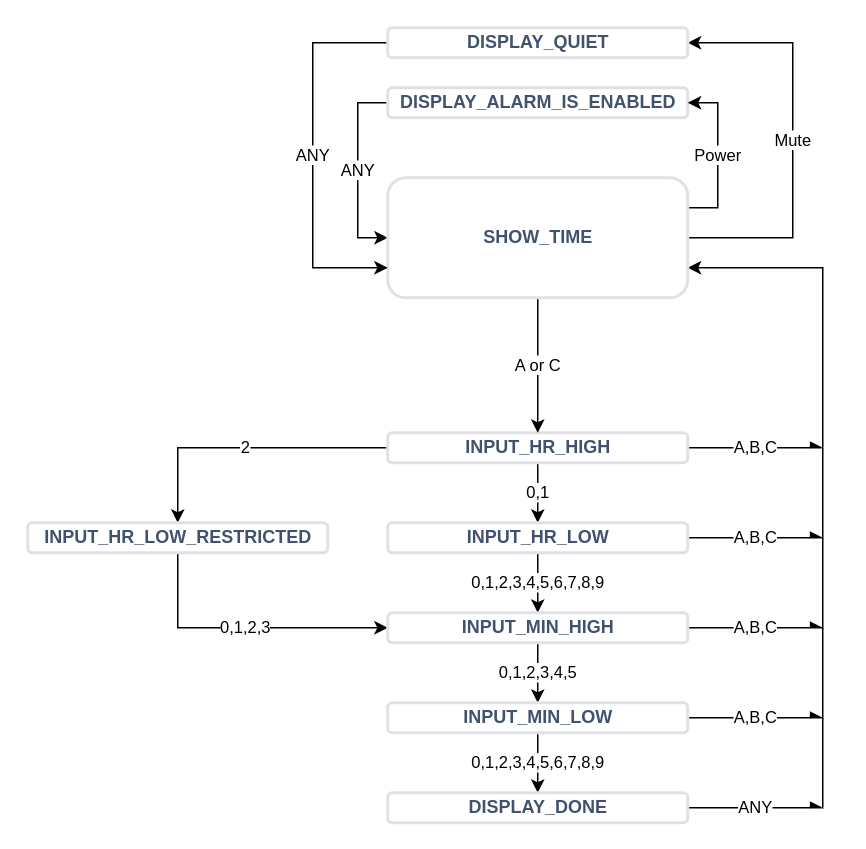
NotNotQuinn/diagrams keeps this draw.io diagram as Untitled Diagram.drawio. Above is the earlier version. Source tidied: cells renumbered, new cells numbered last; positions are measured from the earlier drawing's top-left corner, leaving out a move shared by most shapes. Both pictures are drawn from the tidied source at 150%, with x=0, y=0 at pixel (27, 27).
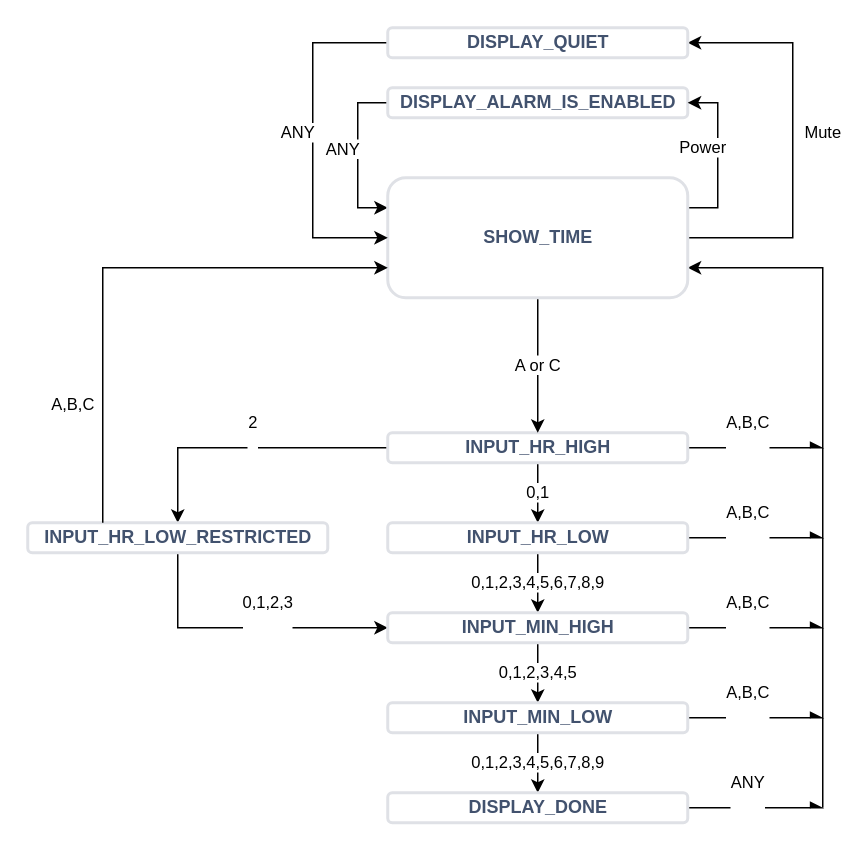
The same page after the edit.

The change refers to these unchanged cells:
```xml
<mxCell id="5" value="&lt;div&gt;INPUT_HR_HIGH&lt;/div&gt;" style="dashed=0;html=1;rounded=1;strokeColor=#DFE1E6;fontSize=12;align=center;fontStyle=1;strokeWidth=2;fontColor=#42526E;" parent="1" vertex="1">
  <mxGeometry x="240" y="270" width="200" height="20" as="geometry" />
</mxCell>
<mxCell id="8" value="&lt;div&gt;INPUT_HR_LOW&lt;/div&gt;" style="dashed=0;html=1;rounded=1;strokeColor=#DFE1E6;fontSize=12;align=center;fontStyle=1;strokeWidth=2;fontColor=#42526E;" parent="1" vertex="1">
  <mxGeometry x="240" y="330" width="200" height="20" as="geometry" />
</mxCell>
<mxCell id="10" value="&lt;div&gt;INPUT_HR_LOW_RESTRICTED&lt;/div&gt;" style="dashed=0;html=1;rounded=1;strokeColor=#DFE1E6;fontSize=12;align=center;fontStyle=1;strokeWidth=2;fontColor=#42526E;" parent="1" vertex="1">
  <mxGeometry y="330" width="200" height="20" as="geometry" />
</mxCell>
<mxCell id="13" value="&lt;div&gt;INPUT_MIN_HIGH&lt;/div&gt;" style="dashed=0;html=1;rounded=1;strokeColor=#DFE1E6;fontSize=12;align=center;fontStyle=1;strokeWidth=2;fontColor=#42526E;" parent="1" vertex="1">
  <mxGeometry x="240" y="390" width="200" height="20" as="geometry" />
</mxCell>
<mxCell id="16" value="&lt;div&gt;INPUT_MIN_LOW&lt;/div&gt;" style="dashed=0;html=1;rounded=1;strokeColor=#DFE1E6;fontSize=12;align=center;fontStyle=1;strokeWidth=2;fontColor=#42526E;" parent="1" vertex="1">
  <mxGeometry x="240" y="450" width="200" height="20" as="geometry" />
</mxCell>
<mxCell id="18" value="DISPLAY_ALARM_IS_ENABLED" style="dashed=0;html=1;rounded=1;strokeColor=#DFE1E6;fontSize=12;align=center;fontStyle=1;strokeWidth=2;fontColor=#42526E;" parent="1" vertex="1">
  <mxGeometry x="240" y="40" width="200" height="20" as="geometry" />
</mxCell>
<mxCell id="21" value="DISPLAY_DONE" style="dashed=0;html=1;rounded=1;strokeColor=#DFE1E6;fontSize=12;align=center;fontStyle=1;strokeWidth=2;fontColor=#42526E;" parent="1" vertex="1">
  <mxGeometry x="240" y="510" width="200" height="20" as="geometry" />
</mxCell>
<mxCell id="25" value="SHOW_TIME" style="dashed=0;html=1;rounded=1;strokeColor=#DFE1E6;fontSize=12;align=center;fontStyle=1;strokeWidth=2;fontColor=#42526E;" parent="1" vertex="1">
  <mxGeometry x="240" y="100" width="200" height="80" as="geometry" />
</mxCell>
<mxCell id="27" value="DISPLAY_QUIET" style="dashed=0;html=1;rounded=1;strokeColor=#DFE1E6;fontSize=12;align=center;fontStyle=1;strokeWidth=2;fontColor=#42526E;" parent="1" vertex="1">
  <mxGeometry x="240" width="200" height="20" as="geometry" />
</mxCell>
```

Diff of the diagram source:
```diff
@@
-    <mxCell id="3" value="&lt;div&gt;2&lt;/div&gt;" style="edgeStyle=orthogonalEdgeStyle;rounded=0;jettySize=auto;html=1;entryX=0.5;entryY=0;entryDx=0;entryDy=0;" parent="1" edge="1" source="5" target="10">
-      <mxGeometry relative="1" as="geometry" />
+    <mxCell id="3" value="&lt;div&gt;2&lt;/div&gt;&lt;div&gt;&lt;br&gt;&lt;/div&gt;" style="edgeStyle=orthogonalEdgeStyle;rounded=0;jettySize=auto;html=1;entryX=0.5;entryY=0;entryDx=0;entryDy=0;" parent="1" edge="1" source="5" target="10">
+      <mxGeometry x="-0.05" y="-10" relative="1" as="geometry" />
     </mxCell>
-    <mxCell id="4" value="A,B,C" style="edgeStyle=orthogonalEdgeStyle;rounded=0;jettySize=auto;html=1;endArrow=async;endFill=1;" parent="1" edge="1" source="5">
-      <mxGeometry relative="1" as="geometry">
+    <mxCell id="4" value="&lt;div&gt;A,B,C&lt;/div&gt;&lt;div&gt;&lt;br&gt;&lt;/div&gt;" style="edgeStyle=orthogonalEdgeStyle;rounded=0;jettySize=auto;html=1;endArrow=async;endFill=1;" parent="1" edge="1" source="5">
+      <mxGeometry x="-0.12" y="10" relative="1" as="geometry">
         <mxPoint x="530" y="280" as="targetPoint" />
       </mxGeometry>
     </mxCell>
@@
-    <mxCell id="7" value="A,B,C" style="edgeStyle=orthogonalEdgeStyle;rounded=0;jettySize=auto;html=1;endArrow=async;endFill=1;" parent="1" edge="1" source="8">
-      <mxGeometry relative="1" as="geometry">
+    <mxCell id="7" value="&lt;div&gt;A,B,C&lt;/div&gt;&lt;div&gt;&lt;br&gt;&lt;/div&gt;" style="edgeStyle=orthogonalEdgeStyle;rounded=0;jettySize=auto;html=1;endArrow=async;endFill=1;" parent="1" edge="1" source="8">
+      <mxGeometry x="-0.12" y="10" relative="1" as="geometry">
         <mxPoint x="530" y="340" as="targetPoint" />
       </mxGeometry>
     </mxCell>
@@
-    <mxCell id="9" value="0,1,2,3" style="edgeStyle=orthogonalEdgeStyle;rounded=0;jettySize=auto;html=1;entryX=0;entryY=0.5;entryDx=0;entryDy=0;exitX=0.5;exitY=1;exitDx=0;exitDy=0;" parent="1" edge="1" source="10" target="13">
-      <mxGeometry relative="1" as="geometry">
+    <mxCell id="9" value="&lt;div&gt;0,1,2,3&lt;/div&gt;&lt;div&gt;&lt;br&gt;&lt;/div&gt;" style="edgeStyle=orthogonalEdgeStyle;rounded=0;jettySize=auto;html=1;entryX=0;entryY=0.5;entryDx=0;entryDy=0;exitX=0.5;exitY=1;exitDx=0;exitDy=0;" parent="1" edge="1" source="10" target="13">
+      <mxGeometry x="0.16" y="10" relative="1" as="geometry">
         <Array as="points">
           <mxPoint x="100" y="400" />
         </Array>
       </mxGeometry>
     </mxCell>
@@
-    <mxCell id="12" value="A,B,C" style="edgeStyle=orthogonalEdgeStyle;rounded=0;jettySize=auto;html=1;endArrow=async;endFill=1;" parent="1" edge="1" source="13">
-      <mxGeometry relative="1" as="geometry">
+    <mxCell id="12" value="&lt;div&gt;A,B,C&lt;/div&gt;&lt;div&gt;&lt;br&gt;&lt;/div&gt;" style="edgeStyle=orthogonalEdgeStyle;rounded=0;jettySize=auto;html=1;endArrow=async;endFill=1;" parent="1" edge="1" source="13">
+      <mxGeometry x="-0.12" y="10" relative="1" as="geometry">
         <mxPoint x="530" y="400" as="targetPoint" />
       </mxGeometry>
     </mxCell>
@@
-    <mxCell id="15" value="A,B,C" style="edgeStyle=orthogonalEdgeStyle;rounded=0;jettySize=auto;html=1;endArrow=async;endFill=1;" parent="1" edge="1" source="16">
-      <mxGeometry relative="1" as="geometry">
+    <mxCell id="15" value="&lt;div&gt;A,B,C&lt;/div&gt;&lt;div&gt;&lt;br&gt;&lt;/div&gt;" style="edgeStyle=orthogonalEdgeStyle;rounded=0;jettySize=auto;html=1;endArrow=async;endFill=1;" parent="1" edge="1" source="16">
+      <mxGeometry x="-0.12" y="10" relative="1" as="geometry">
         <mxPoint x="530" y="460" as="targetPoint" />
       </mxGeometry>
     </mxCell>
@@
-    <mxCell id="17" value="ANY" style="edgeStyle=orthogonalEdgeStyle;rounded=0;jettySize=auto;html=1;exitX=0;exitY=0.5;exitDx=0;exitDy=0;entryX=0;entryY=0.5;entryDx=0;entryDy=0;" parent="1" edge="1" source="18" target="25">
-      <mxGeometry relative="1" as="geometry" />
+    <mxCell id="17" value="ANY" style="edgeStyle=orthogonalEdgeStyle;rounded=0;jettySize=auto;html=1;exitX=0;exitY=0.5;exitDx=0;exitDy=0;entryX=0;entryY=0.25;entryDx=0;entryDy=0;" parent="1" edge="1" source="18" target="25">
+      <mxGeometry x="-0.08" y="-10" relative="1" as="geometry">
+        <Array as="points">
+          <mxPoint x="220" y="50" />
+          <mxPoint x="220" y="120" />
+        </Array>
+      </mxGeometry>
     </mxCell>
@@
-    <mxCell id="20" value="ANY" style="edgeStyle=orthogonalEdgeStyle;rounded=0;jettySize=auto;html=1;endArrow=async;endFill=1;" parent="1" edge="1" source="21">
-      <mxGeometry relative="1" as="geometry">
+    <mxCell id="20" value="&lt;div&gt;ANY&lt;/div&gt;&lt;div&gt;&lt;br&gt;&lt;/div&gt;" style="edgeStyle=orthogonalEdgeStyle;rounded=0;jettySize=auto;html=1;endArrow=async;endFill=1;" parent="1" edge="1" source="21">
+      <mxGeometry x="-0.12" y="10" relative="1" as="geometry">
         <mxPoint x="530" y="520" as="targetPoint" />
       </mxGeometry>
     </mxCell>
@@
     <mxCell id="23" value="Mute" style="edgeStyle=orthogonalEdgeStyle;rounded=0;jettySize=auto;html=1;exitX=1;exitY=0.5;exitDx=0;exitDy=0;entryX=1;entryY=0.5;entryDx=0;entryDy=0;" parent="1" edge="1" source="25" target="27">
-      <mxGeometry relative="1" as="geometry">
+      <mxGeometry x="0.04" y="-20" relative="1" as="geometry">
         <Array as="points">
           <mxPoint x="510" y="140" />
           <mxPoint x="510" y="10" />
         </Array>
       </mxGeometry>
     </mxCell>
     <mxCell id="24" value="Power" style="edgeStyle=orthogonalEdgeStyle;rounded=0;jettySize=auto;html=1;exitX=1;exitY=0.25;exitDx=0;exitDy=0;entryX=1;entryY=0.5;entryDx=0;entryDy=0;" parent="1" edge="1" source="25" target="18">
-      <mxGeometry relative="1" as="geometry" />
+      <mxGeometry x="0.09" y="10" relative="1" as="geometry" />
     </mxCell>
@@
-    <mxCell id="26" value="ANY" style="edgeStyle=orthogonalEdgeStyle;rounded=0;jettySize=auto;html=1;exitX=0;exitY=0.5;exitDx=0;exitDy=0;entryX=0;entryY=0.75;entryDx=0;entryDy=0;" parent="1" edge="1" source="27" target="25">
-      <mxGeometry relative="1" as="geometry">
+    <mxCell id="26" value="ANY" style="edgeStyle=orthogonalEdgeStyle;rounded=0;jettySize=auto;html=1;exitX=0;exitY=0.5;exitDx=0;exitDy=0;" parent="1" edge="1" source="27">
+      <mxGeometry x="-0.04" y="-10" relative="1" as="geometry">
+        <mxPoint x="240" y="140" as="targetPoint" />
         <Array as="points">
           <mxPoint x="190" y="10" />
-          <mxPoint x="190" y="160" />
+          <mxPoint x="190" y="140" />
+          <mxPoint x="240" y="140" />
         </Array>
       </mxGeometry>
     </mxCell>
@@
+    <mxCell id="28" value="A,B,C" style="edgeStyle=orthogonalEdgeStyle;rounded=0;jettySize=auto;html=1;exitX=0.25;exitY=0;exitDx=0;exitDy=0;entryX=0;entryY=0.75;entryDx=0;entryDy=0;" parent="1" edge="1" source="10" target="25">
+      <mxGeometry x="-0.56" y="20" relative="1" as="geometry">
+        <Array as="points">
+          <mxPoint x="50" y="160" />
+        </Array>
+      </mxGeometry>
+    </mxCell>
```
